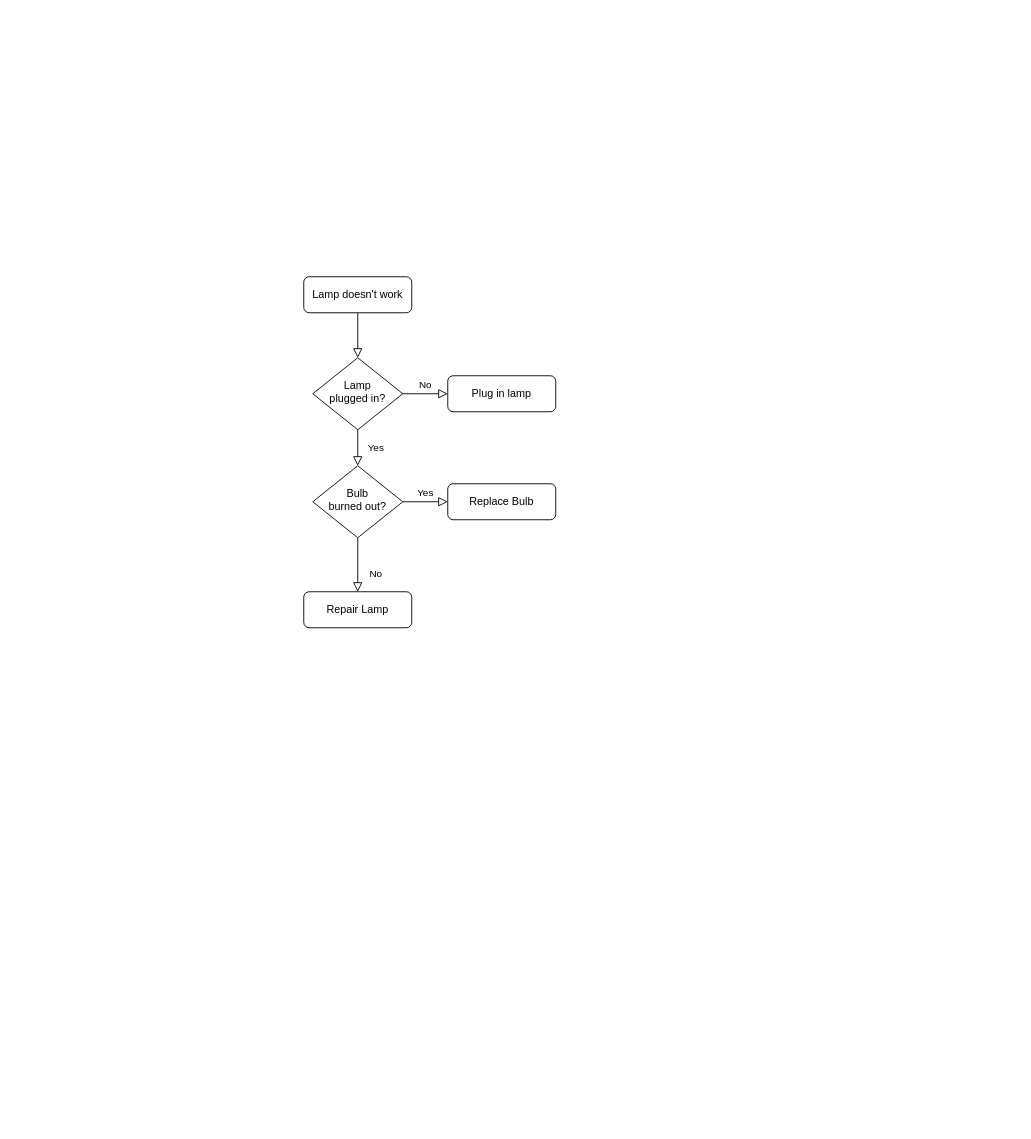
Before: Flow Smart Contract - Disertasi.drawio in redhorivai/smartcontract-disertasi, a draw.io diagram. Source tidied: cells renumbered, new cells numbered last; positions are measured from the earlier drawing's top-left corner, leaving out a move shared by most shapes. Both pictures are drawn from the tidied source at 90%, with x=0, y=0 at pixel (303, 276).
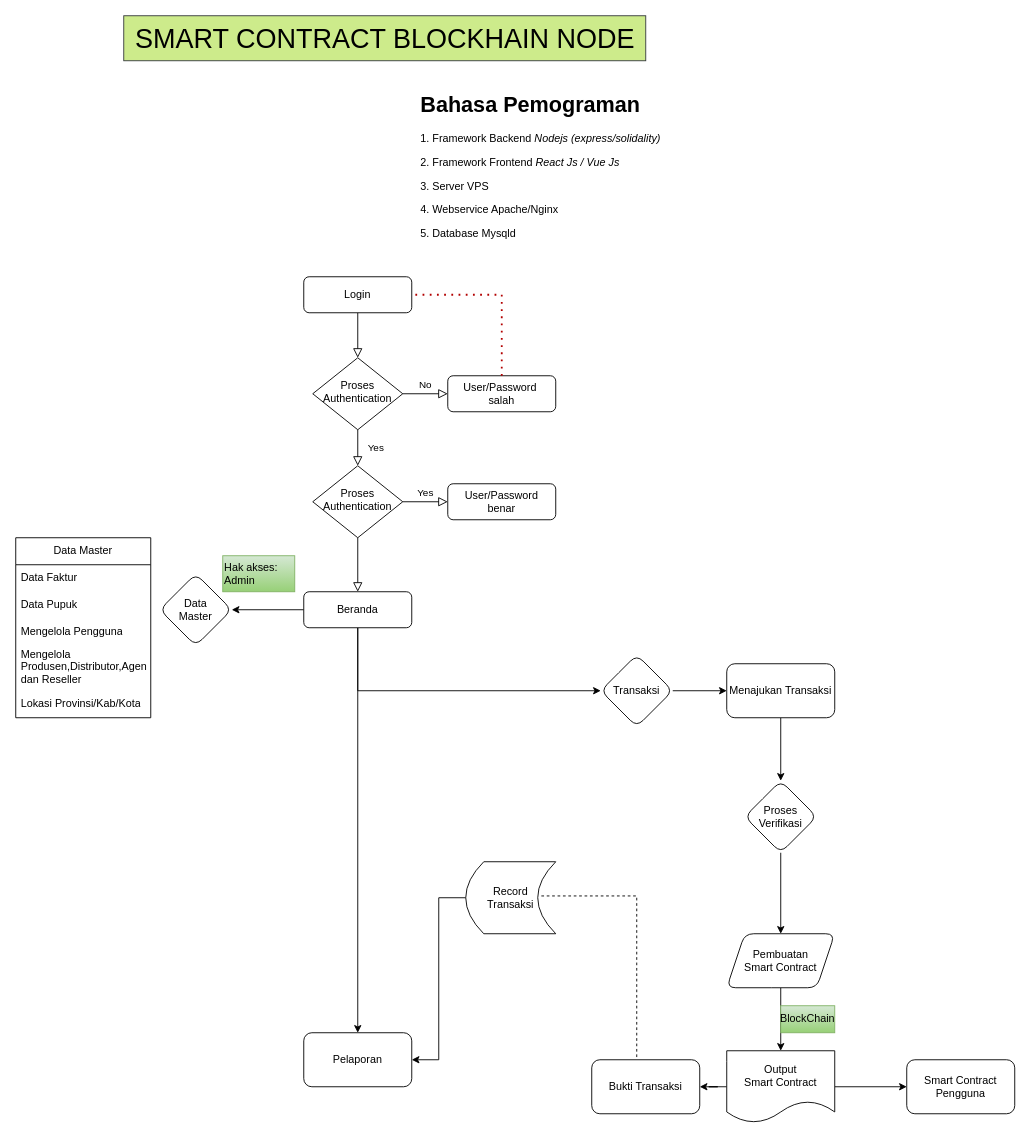
Above is the later version.

What changed in the source:
```diff
@@
-    <mxCell id="3" value="Lamp doesn't work" style="rounded=1;whiteSpace=wrap;html=1;fontSize=12;glass=0;strokeWidth=1;shadow=0;" parent="1" vertex="1">
+    <mxCell id="3" value="Login" style="rounded=1;whiteSpace=wrap;html=1;fontSize=12;glass=0;strokeWidth=1;shadow=0;" parent="1" vertex="1">
       <mxGeometry width="120" height="40" as="geometry" />
     </mxCell>
@@
-    <mxCell id="6" value="Lamp&lt;br&gt;plugged in?" style="rhombus;whiteSpace=wrap;html=1;shadow=0;fontFamily=Helvetica;fontSize=12;align=center;strokeWidth=1;spacing=6;spacingTop=-4;" parent="1" vertex="1">
+    <mxCell id="6" value="Proses Authentication" style="rhombus;whiteSpace=wrap;html=1;shadow=0;fontFamily=Helvetica;fontSize=12;align=center;strokeWidth=1;spacing=6;spacingTop=-4;" parent="1" vertex="1">
       <mxGeometry x="10" y="90" width="100" height="80" as="geometry" />
     </mxCell>
-    <mxCell id="7" value="Plug in lamp" style="rounded=1;whiteSpace=wrap;html=1;fontSize=12;glass=0;strokeWidth=1;shadow=0;" parent="1" vertex="1">
+    <mxCell id="7" value="User/Password&amp;nbsp;&lt;div&gt;salah&lt;/div&gt;" style="rounded=1;whiteSpace=wrap;html=1;fontSize=12;glass=0;strokeWidth=1;shadow=0;" parent="1" vertex="1">
       <mxGeometry x="160" y="110" width="120" height="40" as="geometry" />
     </mxCell>
-    <mxCell id="8" value="No" style="rounded=0;html=1;jettySize=auto;fontSize=11;endArrow=block;endFill=0;endSize=8;strokeWidth=1;shadow=0;labelBackgroundColor=none;edgeStyle=orthogonalEdgeStyle;" parent="1" edge="1" source="10" target="11">
+    <mxCell id="8" style="rounded=0;html=1;jettySize=auto;fontSize=11;endArrow=block;endFill=0;endSize=8;strokeWidth=1;shadow=0;labelBackgroundColor=none;edgeStyle=orthogonalEdgeStyle;" parent="1" edge="1" source="10" target="11">
       <mxGeometry x="0.33" y="20" relative="1" as="geometry" />
     </mxCell>
@@
-    <mxCell id="10" value="Bulb&lt;br&gt;burned out?" style="rhombus;whiteSpace=wrap;html=1;shadow=0;fontFamily=Helvetica;fontSize=12;align=center;strokeWidth=1;spacing=6;spacingTop=-4;" parent="1" vertex="1">
+    <mxCell id="10" value="Proses Authentication" style="rhombus;whiteSpace=wrap;html=1;shadow=0;fontFamily=Helvetica;fontSize=12;align=center;strokeWidth=1;spacing=6;spacingTop=-4;" parent="1" vertex="1">
       <mxGeometry x="10" y="210" width="100" height="80" as="geometry" />
     </mxCell>
+    <mxCell id="13" style="edgeStyle=orthogonalEdgeStyle;rounded=0;jettySize=auto;html=1;" parent="1" edge="1" source="11" target="25">
+      <mxGeometry relative="1" as="geometry" />
+    </mxCell>
+    <mxCell id="14" style="edgeStyle=orthogonalEdgeStyle;rounded=0;jettySize=auto;html=1;" parent="1" edge="1" source="11" target="27">
+      <mxGeometry relative="1" as="geometry">
+        <Array as="points">
+          <mxPoint x="60" y="460" />
+        </Array>
+      </mxGeometry>
+    </mxCell>
+    <mxCell id="15" style="edgeStyle=orthogonalEdgeStyle;rounded=0;jettySize=auto;html=1;" parent="1" edge="1" source="11" target="44">
+      <mxGeometry relative="1" as="geometry" />
+    </mxCell>
-    <mxCell id="11" value="Repair Lamp" style="rounded=1;whiteSpace=wrap;html=1;fontSize=12;glass=0;strokeWidth=1;shadow=0;" parent="1" vertex="1">
+    <mxCell id="11" value="Beranda" style="rounded=1;whiteSpace=wrap;html=1;fontSize=12;glass=0;strokeWidth=1;shadow=0;" parent="1" vertex="1">
       <mxGeometry y="350" width="120" height="40" as="geometry" />
     </mxCell>
-    <mxCell id="12" value="Replace Bulb" style="rounded=1;whiteSpace=wrap;html=1;fontSize=12;glass=0;strokeWidth=1;shadow=0;" parent="1" vertex="1">
+    <mxCell id="12" value="User/Password&lt;div&gt;benar&lt;/div&gt;" style="rounded=1;whiteSpace=wrap;html=1;fontSize=12;glass=0;strokeWidth=1;shadow=0;" parent="1" vertex="1">
       <mxGeometry x="160" y="230" width="120" height="40" as="geometry" />
     </mxCell>
+    <mxCell id="16" style="endArrow=none;dashed=1;html=1;dashPattern=1 3;strokeWidth=2;rounded=0;entryX=1;entryY=0.5;entryDx=0;entryDy=0;fillColor=#e51400;strokeColor=#B20000;" parent="1" edge="1" target="3">
+      <mxGeometry relative="1" as="geometry">
+        <mxPoint x="220" y="110" as="sourcePoint" />
+        <Array as="points">
+          <mxPoint x="220" y="20" />
+        </Array>
+      </mxGeometry>
+    </mxCell>
+    <mxCell id="17" value="&lt;h1 style=&quot;margin-top: 0px;&quot;&gt;Bahasa Pemograman&lt;/h1&gt;&lt;p&gt;1. Framework Backend &lt;i&gt;Nodejs (express/solidality)&lt;/i&gt;&lt;/p&gt;&lt;p&gt;2.&lt;i&gt;&amp;nbsp;&lt;/i&gt;Framework Frontend &lt;i&gt;React Js / Vue Js&lt;/i&gt;&lt;/p&gt;&lt;p&gt;3. Server VPS&amp;nbsp;&lt;/p&gt;&lt;p&gt;4. Webservice Apache/Nginx&lt;/p&gt;&lt;p&gt;5. Database Mysqld&lt;/p&gt;" style="text;html=1;whiteSpace=wrap;overflow=hidden;rounded=0;spacing=0;" parent="1" vertex="1">
+      <mxGeometry x="130" y="-210" width="310" height="170" as="geometry" />
+    </mxCell>
+    <mxCell id="18" value="&lt;font style=&quot;font-size: 30px;&quot;&gt;SMART CONTRACT BLOCKHAIN NODE&lt;/font&gt;" style="text;html=1;align=center;verticalAlign=middle;strokeColor=#36393d;fillColor=#cdeb8b;fontSize=24;" parent="1" vertex="1">
+      <mxGeometry x="-200" y="-290" width="580" height="50" as="geometry" />
+    </mxCell>
+    <mxCell id="19" value="Data Master" style="swimlane;fontStyle=0;horizontal=1;startSize=30;whiteSpace=wrap;html=1;" parent="1" vertex="1">
+      <mxGeometry x="-320" y="290" width="150" height="200" as="geometry" />
+    </mxCell>
+    <mxCell id="20" value="Data Faktur" style="text;strokeColor=none;fillColor=none;align=left;verticalAlign=middle;spacingLeft=4;spacingRight=4;overflow=hidden;whiteSpace=wrap;html=1;" parent="19" vertex="1">
+      <mxGeometry y="30" width="150" height="30" as="geometry" />
+    </mxCell>
+    <mxCell id="21" value="Data Pupuk" style="text;strokeColor=none;fillColor=none;align=left;verticalAlign=middle;spacingLeft=4;spacingRight=4;overflow=hidden;whiteSpace=wrap;html=1;" parent="19" vertex="1">
+      <mxGeometry y="60" width="150" height="30" as="geometry" />
+    </mxCell>
+    <mxCell id="22" value="Mengelola Pengguna" style="text;strokeColor=none;fillColor=none;align=left;verticalAlign=middle;spacingLeft=4;spacingRight=4;overflow=hidden;whiteSpace=wrap;html=1;" parent="19" vertex="1">
+      <mxGeometry y="90" width="150" height="30" as="geometry" />
+    </mxCell>
+    <mxCell id="23" value="Mengelola Produsen,Distributor,Agen dan Reseller&lt;div&gt;&lt;br&gt;&lt;/div&gt;" style="text;strokeColor=none;fillColor=none;align=left;verticalAlign=middle;spacingLeft=4;spacingRight=4;overflow=hidden;whiteSpace=wrap;html=1;" parent="19" vertex="1">
+      <mxGeometry y="120" width="150" height="50" as="geometry" />
+    </mxCell>
+    <mxCell id="24" value="Lokasi Provinsi/Kab/Kota" style="text;strokeColor=none;fillColor=none;align=left;verticalAlign=middle;spacingLeft=4;spacingRight=4;overflow=hidden;whiteSpace=wrap;html=1;" parent="19" vertex="1">
+      <mxGeometry y="170" width="150" height="30" as="geometry" />
+    </mxCell>
+    <mxCell id="25" value="Data&lt;div&gt;Master&lt;/div&gt;" style="rhombus;whiteSpace=wrap;html=1;rounded=1;glass=0;strokeWidth=1;shadow=0;" parent="1" vertex="1">
+      <mxGeometry x="-160" y="330" width="80" height="80" as="geometry" />
+    </mxCell>
+    <mxCell id="26" style="edgeStyle=orthogonalEdgeStyle;rounded=0;jettySize=auto;html=1;" parent="1" edge="1" source="27" target="30">
+      <mxGeometry relative="1" as="geometry" />
+    </mxCell>
+    <mxCell id="27" value="Transaksi" style="rhombus;whiteSpace=wrap;html=1;rounded=1;glass=0;strokeWidth=1;shadow=0;" parent="1" vertex="1">
+      <mxGeometry x="330" y="420" width="80" height="80" as="geometry" />
+    </mxCell>
+    <mxCell id="28" value="Hak akses: Admin" style="text;html=1;align=left;verticalAlign=middle;whiteSpace=wrap;rounded=0;fillColor=#d5e8d4;gradientColor=#97d077;strokeColor=#82b366;" parent="1" vertex="1">
+      <mxGeometry x="-90" y="310" width="80" height="40" as="geometry" />
+    </mxCell>
+    <mxCell id="29" style="edgeStyle=orthogonalEdgeStyle;rounded=0;jettySize=auto;html=1;" parent="1" edge="1" source="30" target="32">
+      <mxGeometry relative="1" as="geometry" />
+    </mxCell>
+    <mxCell id="30" value="Menajukan Transaksi" style="whiteSpace=wrap;html=1;rounded=1;glass=0;strokeWidth=1;shadow=0;" parent="1" vertex="1">
+      <mxGeometry x="470" y="430" width="120" height="60" as="geometry" />
+    </mxCell>
+    <mxCell id="31" style="edgeStyle=orthogonalEdgeStyle;rounded=0;jettySize=auto;html=1;" parent="1" edge="1" source="32" target="34">
+      <mxGeometry relative="1" as="geometry" />
+    </mxCell>
+    <mxCell id="32" value="Proses&lt;div&gt;Verifikasi&lt;/div&gt;" style="rhombus;whiteSpace=wrap;html=1;rounded=1;glass=0;strokeWidth=1;shadow=0;" parent="1" vertex="1">
+      <mxGeometry x="490" y="560" width="80" height="80" as="geometry" />
+    </mxCell>
+    <mxCell id="33" style="edgeStyle=orthogonalEdgeStyle;rounded=0;jettySize=auto;html=1;" parent="1" edge="1" source="34" target="37">
+      <mxGeometry relative="1" as="geometry" />
+    </mxCell>
+    <mxCell id="34" value="Pembuatan&lt;div&gt;Smart Contract&lt;/div&gt;" style="shape=parallelogram;perimeter=parallelogramPerimeter;whiteSpace=wrap;html=1;fixedSize=1;rounded=1;glass=0;strokeWidth=1;shadow=0;" parent="1" vertex="1">
+      <mxGeometry x="470" y="730" width="120" height="60" as="geometry" />
+    </mxCell>
+    <mxCell id="35" style="edgeStyle=orthogonalEdgeStyle;rounded=0;jettySize=auto;html=1;" parent="1" edge="1" source="37" target="39">
+      <mxGeometry relative="1" as="geometry" />
+    </mxCell>
+    <mxCell id="36" style="edgeStyle=orthogonalEdgeStyle;rounded=0;jettySize=auto;html=1;" parent="1" edge="1" source="37" target="40">
+      <mxGeometry relative="1" as="geometry" />
+    </mxCell>
+    <mxCell id="37" value="Output&lt;div&gt;Smart Contract&lt;/div&gt;" style="shape=document;whiteSpace=wrap;html=1;boundedLbl=1;rounded=1;glass=0;strokeWidth=1;shadow=0;" parent="1" vertex="1">
+      <mxGeometry x="470" y="860" width="120" height="80" as="geometry" />
+    </mxCell>
+    <mxCell id="38" value="BlockChain" style="text;html=1;align=center;verticalAlign=middle;whiteSpace=wrap;rounded=0;fillColor=#d5e8d4;gradientColor=#97d077;strokeColor=#82b366;" parent="1" vertex="1">
+      <mxGeometry x="530" y="810" width="60" height="30" as="geometry" />
+    </mxCell>
+    <mxCell id="39" value="Smart Contract&lt;div&gt;Pengguna&lt;/div&gt;" style="rounded=1;whiteSpace=wrap;html=1;glass=0;strokeWidth=1;shadow=0;" parent="1" vertex="1">
+      <mxGeometry x="670" y="870" width="120" height="60" as="geometry" />
+    </mxCell>
+    <mxCell id="40" value="Bukti Transaksi" style="rounded=1;whiteSpace=wrap;html=1;glass=0;strokeWidth=1;shadow=0;" parent="1" vertex="1">
+      <mxGeometry x="320" y="870" width="120" height="60" as="geometry" />
+    </mxCell>
+    <mxCell id="41" style="endArrow=none;dashed=1;html=1;rounded=0;entryX=0.837;entryY=0.475;entryDx=0;entryDy=0;entryPerimeter=0;" parent="1" edge="1" target="43">
+      <mxGeometry relative="1" as="geometry">
+        <mxPoint x="370" y="867" as="sourcePoint" />
+        <Array as="points">
+          <mxPoint x="370" y="688" />
+        </Array>
+      </mxGeometry>
+    </mxCell>
+    <mxCell id="42" style="edgeStyle=orthogonalEdgeStyle;rounded=0;jettySize=auto;html=1;entryX=1;entryY=0.5;entryDx=0;entryDy=0;" parent="1" edge="1" source="43" target="44">
+      <mxGeometry relative="1" as="geometry" />
+    </mxCell>
+    <mxCell id="43" value="Record&lt;div&gt;Transaksi&lt;/div&gt;" style="shape=dataStorage;whiteSpace=wrap;html=1;fixedSize=1;" parent="1" vertex="1">
+      <mxGeometry x="180" y="650" width="100" height="80" as="geometry" />
+    </mxCell>
+    <mxCell id="44" value="Pelaporan" style="whiteSpace=wrap;html=1;rounded=1;glass=0;strokeWidth=1;shadow=0;" parent="1" vertex="1">
+      <mxGeometry y="840" width="120" height="60" as="geometry" />
+    </mxCell>
```
